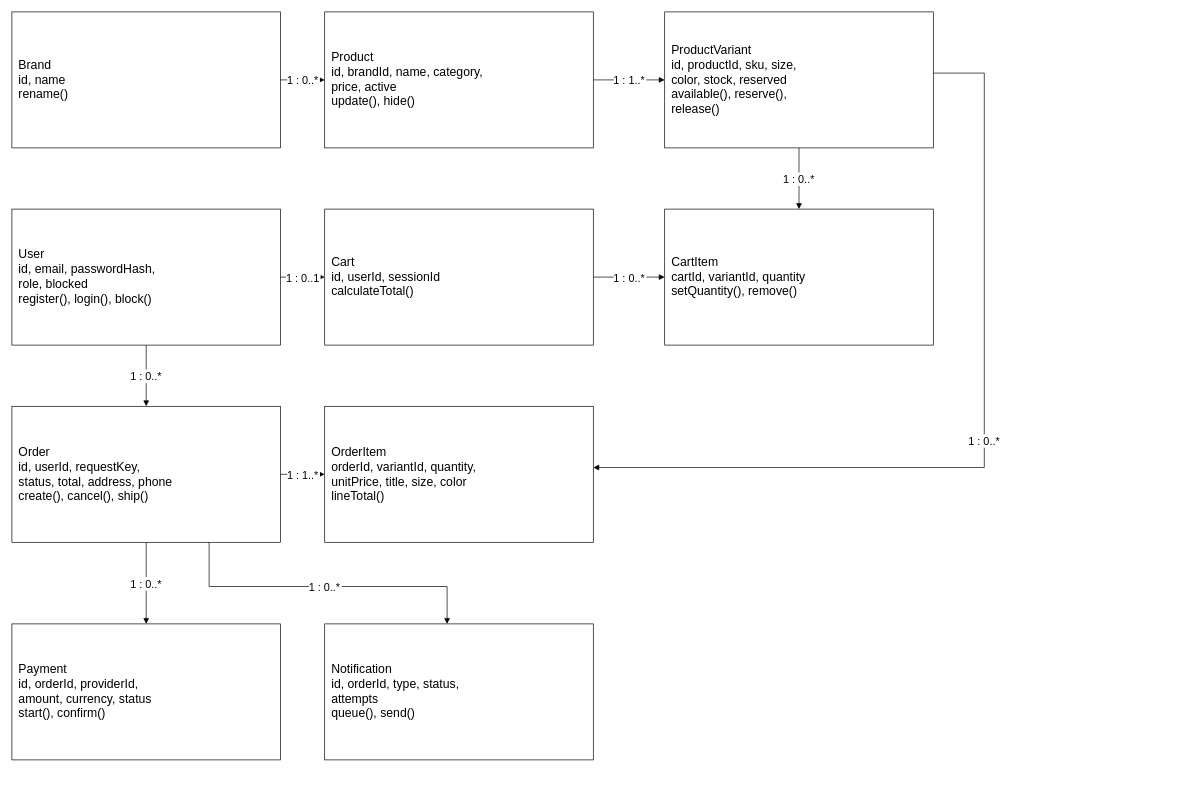
This is docs/5-classes.drawio from mkad1roman-stack/se2-kadin, a draw.io file, before an edit. Source tidied: cells renumbered, new cells numbered last; positions are measured from the earlier drawing's top-left corner, leaving out a move shared by most shapes. Both pictures are drawn from the tidied source at 68%, with x=0, y=0 at pixel (12, 12).
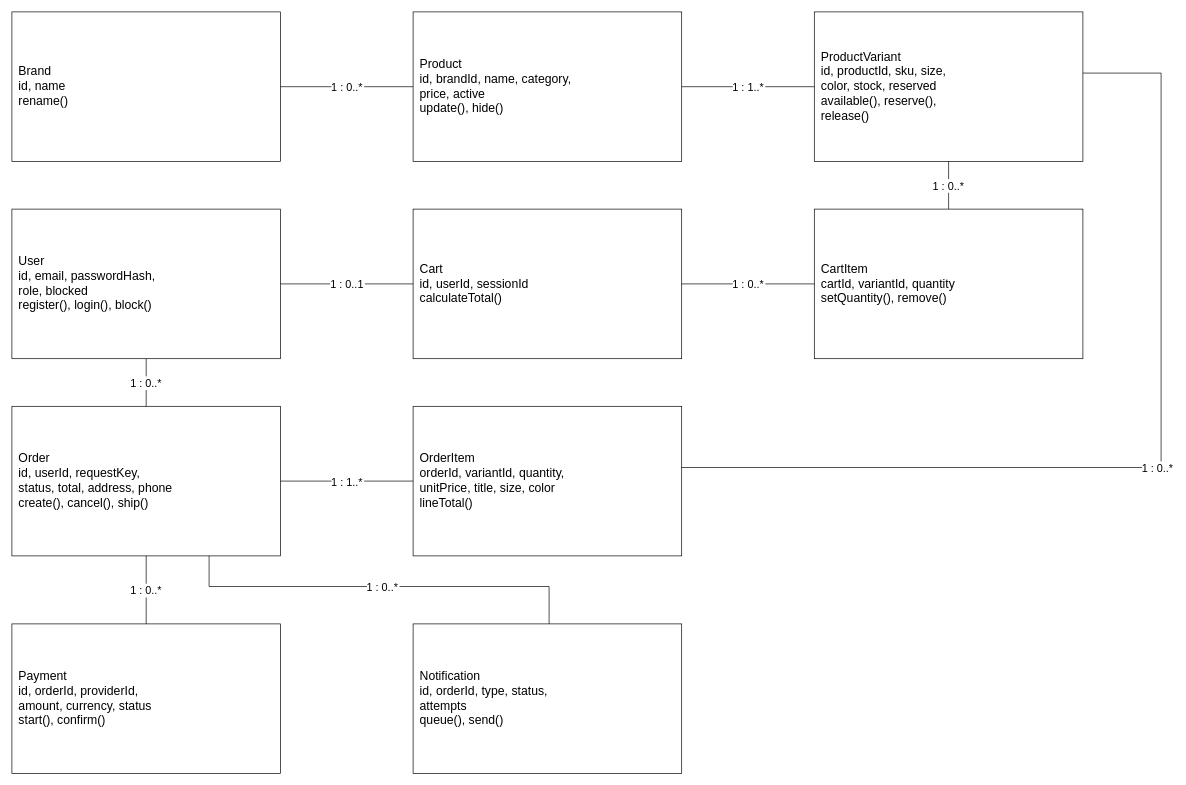
After the change.

Commit message (it also covers changes not shown here):
Уточнены подписи схем журнал остатков и проверка ролей

What changed in the source:
```diff
@@
     <mxCell id="2" value="User&#10;id, email, passwordHash,&#10;role, blocked&#10;register(), login(), block()" style="rounded=0;whiteSpace=wrap;html=0;fillColor=#ffffff;strokeColor=#000000;fontColor=#000000;fontSize=18;align=left;spacing=10;" parent="1" vertex="1">
-      <mxGeometry y="290" width="395" height="200" as="geometry" />
+      <mxGeometry y="290" width="395" height="220" as="geometry" />
     </mxCell>
     <mxCell id="3" value="Brand&#10;id, name&#10;rename()" style="rounded=0;whiteSpace=wrap;html=0;fillColor=#ffffff;strokeColor=#000000;fontColor=#000000;fontSize=18;align=left;spacing=10;" parent="1" vertex="1">
-      <mxGeometry width="395" height="200" as="geometry" />
+      <mxGeometry width="395" height="220" as="geometry" />
     </mxCell>
     <mxCell id="4" value="Product&#10;id, brandId, name, category,&#10;price, active&#10;update(), hide()" style="rounded=0;whiteSpace=wrap;html=0;fillColor=#ffffff;strokeColor=#000000;fontColor=#000000;fontSize=18;align=left;spacing=10;" parent="1" vertex="1">
-      <mxGeometry x="460" width="395" height="200" as="geometry" />
+      <mxGeometry x="590" width="395" height="220" as="geometry" />
     </mxCell>
     <mxCell id="5" value="ProductVariant&#10;id, productId, sku, size,&#10;color, stock, reserved&#10;available(), reserve(),&#10;release()" style="rounded=0;whiteSpace=wrap;html=0;fillColor=#ffffff;strokeColor=#000000;fontColor=#000000;fontSize=18;align=left;spacing=10;" parent="1" vertex="1">
-      <mxGeometry x="960" width="395" height="200" as="geometry" />
+      <mxGeometry x="1180" width="395" height="220" as="geometry" />
     </mxCell>
     <mxCell id="6" value="Cart&#10;id, userId, sessionId&#10;calculateTotal()" style="rounded=0;whiteSpace=wrap;html=0;fillColor=#ffffff;strokeColor=#000000;fontColor=#000000;fontSize=18;align=left;spacing=10;" parent="1" vertex="1">
-      <mxGeometry x="460" y="290" width="395" height="200" as="geometry" />
+      <mxGeometry x="590" y="290" width="395" height="220" as="geometry" />
     </mxCell>
     <mxCell id="7" value="CartItem&#10;cartId, variantId, quantity&#10;setQuantity(), remove()" style="rounded=0;whiteSpace=wrap;html=0;fillColor=#ffffff;strokeColor=#000000;fontColor=#000000;fontSize=18;align=left;spacing=10;" parent="1" vertex="1">
-      <mxGeometry x="960" y="290" width="395" height="200" as="geometry" />
+      <mxGeometry x="1180" y="290" width="395" height="220" as="geometry" />
     </mxCell>
     <mxCell id="8" value="Order&#10;id, userId, requestKey,&#10;status, total, address, phone&#10;create(), cancel(), ship()" style="rounded=0;whiteSpace=wrap;html=0;fillColor=#ffffff;strokeColor=#000000;fontColor=#000000;fontSize=18;align=left;spacing=10;" parent="1" vertex="1">
-      <mxGeometry y="580" width="395" height="200" as="geometry" />
+      <mxGeometry y="580" width="395" height="220" as="geometry" />
     </mxCell>
     <mxCell id="9" value="OrderItem&#10;orderId, variantId, quantity,&#10;unitPrice, title, size, color&#10;lineTotal()" style="rounded=0;whiteSpace=wrap;html=0;fillColor=#ffffff;strokeColor=#000000;fontColor=#000000;fontSize=18;align=left;spacing=10;" parent="1" vertex="1">
-      <mxGeometry x="460" y="580" width="395" height="200" as="geometry" />
+      <mxGeometry x="590" y="580" width="395" height="220" as="geometry" />
     </mxCell>
     <mxCell id="10" value="Payment&#10;id, orderId, providerId,&#10;amount, currency, status&#10;start(), confirm()" style="rounded=0;whiteSpace=wrap;html=0;fillColor=#ffffff;strokeColor=#000000;fontColor=#000000;fontSize=18;align=left;spacing=10;" parent="1" vertex="1">
-      <mxGeometry y="900" width="395" height="200" as="geometry" />
+      <mxGeometry y="900" width="395" height="220" as="geometry" />
     </mxCell>
     <mxCell id="11" value="Notification&#10;id, orderId, type, status,&#10;attempts&#10;queue(), send()" style="rounded=0;whiteSpace=wrap;html=0;fillColor=#ffffff;strokeColor=#000000;fontColor=#000000;fontSize=18;align=left;spacing=10;" parent="1" vertex="1">
-      <mxGeometry x="460" y="900" width="395" height="200" as="geometry" />
+      <mxGeometry x="590" y="900" width="395" height="220" as="geometry" />
     </mxCell>
-    <mxCell id="12" value="1 : 0..*" style="edgeStyle=orthogonalEdgeStyle;rounded=0;html=0;endArrow=block;endFill=1;strokeColor=#000000;fontColor=#000000;fontSize=16;" parent="1" edge="1" source="3" target="4">
+    <mxCell id="12" value="1 : 0..*" style="edgeStyle=orthogonalEdgeStyle;rounded=0;html=0;endArrow=none;strokeColor=#000000;fontColor=#000000;fontSize=16;labelBackgroundColor=#ffffff;" parent="1" edge="1" source="3" target="4">
       <mxGeometry relative="1" as="geometry" />
     </mxCell>
-    <mxCell id="13" value="1 : 0..1" style="edgeStyle=orthogonalEdgeStyle;rounded=0;html=0;endArrow=block;endFill=1;strokeColor=#000000;fontColor=#000000;fontSize=16;" parent="1" edge="1" source="2" target="6">
+    <mxCell id="13" value="1 : 1..*" style="edgeStyle=orthogonalEdgeStyle;rounded=0;html=0;endArrow=none;strokeColor=#000000;fontColor=#000000;fontSize=16;labelBackgroundColor=#ffffff;" parent="1" edge="1" source="4" target="5">
       <mxGeometry relative="1" as="geometry" />
     </mxCell>
-    <mxCell id="14" value="1 : 0..*" style="edgeStyle=orthogonalEdgeStyle;rounded=0;html=0;endArrow=block;endFill=1;strokeColor=#000000;fontColor=#000000;fontSize=16;" parent="1" edge="1" source="6" target="7">
+    <mxCell id="14" value="1 : 0..1" style="edgeStyle=orthogonalEdgeStyle;rounded=0;html=0;endArrow=none;strokeColor=#000000;fontColor=#000000;fontSize=16;labelBackgroundColor=#ffffff;" parent="1" edge="1" source="2" target="6">
       <mxGeometry relative="1" as="geometry" />
     </mxCell>
-    <mxCell id="15" value="1 : 0..*" style="edgeStyle=orthogonalEdgeStyle;rounded=0;html=0;endArrow=block;endFill=1;strokeColor=#000000;fontColor=#000000;fontSize=16;" parent="1" edge="1" source="2" target="8">
+    <mxCell id="15" value="1 : 0..*" style="edgeStyle=orthogonalEdgeStyle;rounded=0;html=0;endArrow=none;strokeColor=#000000;fontColor=#000000;fontSize=16;labelBackgroundColor=#ffffff;" parent="1" edge="1" source="6" target="7">
       <mxGeometry relative="1" as="geometry" />
     </mxCell>
-    <mxCell id="16" value="1 : 1..*" style="edgeStyle=orthogonalEdgeStyle;rounded=0;html=0;endArrow=block;endFill=1;strokeColor=#000000;fontColor=#000000;fontSize=16;" parent="1" edge="1" source="8" target="9">
+    <mxCell id="16" value="1 : 0..*" style="edgeStyle=orthogonalEdgeStyle;rounded=0;html=0;endArrow=none;strokeColor=#000000;fontColor=#000000;fontSize=16;labelBackgroundColor=#ffffff;" parent="1" edge="1" source="2" target="8">
       <mxGeometry relative="1" as="geometry" />
     </mxCell>
-    <mxCell id="17" value="1 : 0..*" style="edgeStyle=orthogonalEdgeStyle;rounded=0;html=0;endArrow=block;endFill=1;strokeColor=#000000;fontColor=#000000;fontSize=16;" parent="1" edge="1" source="8" target="10">
+    <mxCell id="17" value="1 : 1..*" style="edgeStyle=orthogonalEdgeStyle;rounded=0;html=0;endArrow=none;strokeColor=#000000;fontColor=#000000;fontSize=16;labelBackgroundColor=#ffffff;" parent="1" edge="1" source="8" target="9">
       <mxGeometry relative="1" as="geometry" />
     </mxCell>
-    <mxCell id="18" value="1 : 0..*" style="edgeStyle=orthogonalEdgeStyle;rounded=0;html=0;endArrow=block;endFill=1;strokeColor=#000000;fontColor=#000000;fontSize=16;" parent="1" edge="1" source="8" target="11">
-      <mxGeometry relative="1" as="geometry">
-        <Array as="points">
-          <mxPoint x="290" y="845" />
-          <mxPoint x="640" y="845" />
-        </Array>
-      </mxGeometry>
+    <mxCell id="18" value="1 : 0..*" style="edgeStyle=orthogonalEdgeStyle;rounded=0;html=0;endArrow=none;strokeColor=#000000;fontColor=#000000;fontSize=16;labelBackgroundColor=#ffffff;" parent="1" edge="1" source="8" target="10">
+      <mxGeometry relative="1" as="geometry" />
     </mxCell>
-    <mxCell id="19" value="1 : 1..*" style="edgeStyle=orthogonalEdgeStyle;rounded=0;html=0;endArrow=block;endFill=1;strokeColor=#000000;fontColor=#000000;fontSize=16;" parent="1" edge="1" source="4" target="5">
-      <mxGeometry relative="1" as="geometry" />
+    <mxCell id="19" value="1 : 0..*" style="edgeStyle=orthogonalEdgeStyle;rounded=0;html=0;endArrow=none;strokeColor=#000000;fontColor=#000000;fontSize=16;labelBackgroundColor=#ffffff;" parent="1" edge="1" source="8" target="11">
+      <mxGeometry relative="1" as="geometry">
+        <Array as="points">
+          <mxPoint x="290" y="845" />
+          <mxPoint x="790" y="845" />
+        </Array>
+      </mxGeometry>
     </mxCell>
-    <mxCell id="20" value="1 : 0..*" style="edgeStyle=orthogonalEdgeStyle;rounded=0;html=0;endArrow=block;endFill=1;strokeColor=#000000;fontColor=#000000;fontSize=16;" parent="1" edge="1" source="5" target="7">
+    <mxCell id="20" value="1 : 0..*" style="edgeStyle=orthogonalEdgeStyle;rounded=0;html=0;endArrow=none;strokeColor=#000000;fontColor=#000000;fontSize=16;labelBackgroundColor=#ffffff;" parent="1" edge="1" source="5" target="7">
       <mxGeometry relative="1" as="geometry" />
     </mxCell>
-    <mxCell id="21" value="1 : 0..*" style="edgeStyle=orthogonalEdgeStyle;rounded=0;html=0;endArrow=block;endFill=1;strokeColor=#000000;fontColor=#000000;fontSize=16;" parent="1" edge="1" source="5" target="9">
+    <mxCell id="21" value="1 : 0..*" style="edgeStyle=orthogonalEdgeStyle;rounded=0;html=0;endArrow=none;strokeColor=#000000;fontColor=#000000;fontSize=16;labelBackgroundColor=#ffffff;" parent="1" edge="1" source="5" target="9">
       <mxGeometry relative="1" as="geometry">
         <Array as="points">
-          <mxPoint x="1430" y="90" />
-          <mxPoint x="1430" y="670" />
+          <mxPoint x="1690" y="90" />
+          <mxPoint x="1690" y="670" />
         </Array>
       </mxGeometry>
     </mxCell>
```
